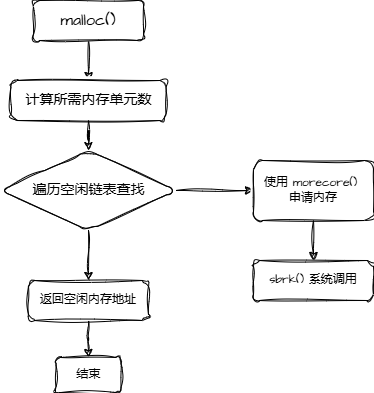
Earlier version of the draw.io export pic/malloc-flow.drawio.png (DUTRB/XV6-NewLab). Source tidied: cells renumbered, new cells last; positions are measured from the earlier drawing's top-left corner, leaving out a move shared by most shapes. Source of this version:
```xml
<mxGraphModel>
  <root>
    <mxCell id="0" />
    <mxCell id="1" parent="0" />
    <mxCell id="2" style="edgeStyle=orthogonalEdgeStyle;rounded=0;sketch=1;hachureGap=4;jiggle=2;curveFitting=1;jettySize=auto;html=1;fontFamily=Architects Daughter;fontSource=https%3A%2F%2Ffonts.googleapis.com%2Fcss%3Ffamily%3DArchitects%2BDaughter;" parent="1" edge="1" source="3" target="5">
      <mxGeometry relative="1" as="geometry" />
    </mxCell>
    <mxCell id="3" value="&lt;font style=&quot;font-size: 16px;&quot;&gt;malloc()&lt;/font&gt;" style="rounded=1;whiteSpace=wrap;html=1;sketch=1;hachureGap=4;jiggle=2;curveFitting=1;fontFamily=Architects Daughter;fontSource=https%3A%2F%2Ffonts.googleapis.com%2Fcss%3Ffamily%3DArchitects%2BDaughter;" parent="1" vertex="1">
      <mxGeometry x="32" width="110" height="40" as="geometry" />
    </mxCell>
    <mxCell id="4" style="edgeStyle=orthogonalEdgeStyle;rounded=0;sketch=1;hachureGap=4;jiggle=2;curveFitting=1;jettySize=auto;html=1;fontFamily=Architects Daughter;fontSource=https%3A%2F%2Ffonts.googleapis.com%2Fcss%3Ffamily%3DArchitects%2BDaughter;fontSize=12;fontColor=default;" parent="1" edge="1" source="5" target="8">
      <mxGeometry relative="1" as="geometry" />
    </mxCell>
    <mxCell id="5" value="&lt;font style=&quot;font-size: 14px;&quot;&gt;计算所需内存单元数&lt;/font&gt;" style="whiteSpace=wrap;html=1;fontFamily=Architects Daughter;rounded=1;sketch=1;hachureGap=4;jiggle=2;curveFitting=1;fontSource=https%3A%2F%2Ffonts.googleapis.com%2Fcss%3Ffamily%3DArchitects%2BDaughter;" parent="1" vertex="1">
      <mxGeometry x="9.5" y="80" width="155" height="40" as="geometry" />
    </mxCell>
    <mxCell id="6" style="edgeStyle=orthogonalEdgeStyle;rounded=0;sketch=1;hachureGap=4;jiggle=2;curveFitting=1;jettySize=auto;html=1;fontFamily=Architects Daughter;fontSource=https%3A%2F%2Ffonts.googleapis.com%2Fcss%3Ffamily%3DArchitects%2BDaughter;fontSize=12;fontColor=default;" parent="1" edge="1" source="8" target="10">
      <mxGeometry relative="1" as="geometry" />
    </mxCell>
    <mxCell id="7" style="edgeStyle=orthogonalEdgeStyle;rounded=0;sketch=1;hachureGap=4;jiggle=2;curveFitting=1;jettySize=auto;html=1;fontFamily=Architects Daughter;fontSource=https%3A%2F%2Ffonts.googleapis.com%2Fcss%3Ffamily%3DArchitects%2BDaughter;fontSize=12;fontColor=default;" parent="1" edge="1" source="8" target="12">
      <mxGeometry relative="1" as="geometry" />
    </mxCell>
    <mxCell id="8" value="&lt;span style=&quot;font-size: 14px;&quot;&gt;遍历空闲链表查找&lt;/span&gt;" style="rhombus;whiteSpace=wrap;html=1;fontFamily=Architects Daughter;rounded=1;sketch=1;hachureGap=4;jiggle=2;curveFitting=1;fontSource=https%3A%2F%2Ffonts.googleapis.com%2Fcss%3Ffamily%3DArchitects%2BDaughter;" parent="1" vertex="1">
      <mxGeometry x="-0.5" y="150" width="175" height="80" as="geometry" />
    </mxCell>
    <mxCell id="9" style="edgeStyle=orthogonalEdgeStyle;rounded=0;sketch=1;hachureGap=4;jiggle=2;curveFitting=1;jettySize=auto;html=1;fontFamily=Architects Daughter;fontSource=https%3A%2F%2Ffonts.googleapis.com%2Fcss%3Ffamily%3DArchitects%2BDaughter;fontSize=12;fontColor=default;" parent="1" edge="1" source="10" target="14">
      <mxGeometry relative="1" as="geometry" />
    </mxCell>
    <mxCell id="10" value="返回空闲内存地址" style="whiteSpace=wrap;html=1;fontFamily=Architects Daughter;rounded=1;sketch=1;hachureGap=4;jiggle=2;curveFitting=1;fontSource=https%3A%2F%2Ffonts.googleapis.com%2Fcss%3Ffamily%3DArchitects%2BDaughter;" parent="1" vertex="1">
      <mxGeometry x="27" y="280" width="120" height="40" as="geometry" />
    </mxCell>
    <mxCell id="11" style="edgeStyle=orthogonalEdgeStyle;rounded=0;sketch=1;hachureGap=4;jiggle=2;curveFitting=1;jettySize=auto;html=1;fontFamily=Architects Daughter;fontSource=https%3A%2F%2Ffonts.googleapis.com%2Fcss%3Ffamily%3DArchitects%2BDaughter;fontSize=12;fontColor=default;" parent="1" edge="1" source="12" target="13">
      <mxGeometry relative="1" as="geometry" />
    </mxCell>
    <mxCell id="12" value="使用 morecore()&amp;nbsp;&lt;div&gt;申请内存&lt;/div&gt;" style="whiteSpace=wrap;html=1;fontFamily=Architects Daughter;rounded=1;sketch=1;hachureGap=4;jiggle=2;curveFitting=1;fontSource=https%3A%2F%2Ffonts.googleapis.com%2Fcss%3Ffamily%3DArchitects%2BDaughter;" parent="1" vertex="1">
      <mxGeometry x="252" y="160" width="120" height="60" as="geometry" />
    </mxCell>
    <mxCell id="13" value="sbrk() 系统调用" style="whiteSpace=wrap;html=1;fontFamily=Architects Daughter;rounded=1;sketch=1;hachureGap=4;jiggle=2;curveFitting=1;fontSource=https%3A%2F%2Ffonts.googleapis.com%2Fcss%3Ffamily%3DArchitects%2BDaughter;" parent="1" vertex="1">
      <mxGeometry x="252" y="260" width="120" height="40" as="geometry" />
    </mxCell>
    <mxCell id="14" value="结束" style="whiteSpace=wrap;html=1;fontFamily=Architects Daughter;rounded=1;sketch=1;hachureGap=4;jiggle=2;curveFitting=1;fontSource=https%3A%2F%2Ffonts.googleapis.com%2Fcss%3Ffamily%3DArchitects%2BDaughter;" parent="1" vertex="1">
      <mxGeometry x="54.5" y="357" width="65" height="35" as="geometry" />
    </mxCell>
  </root>
</mxGraphModel>
```
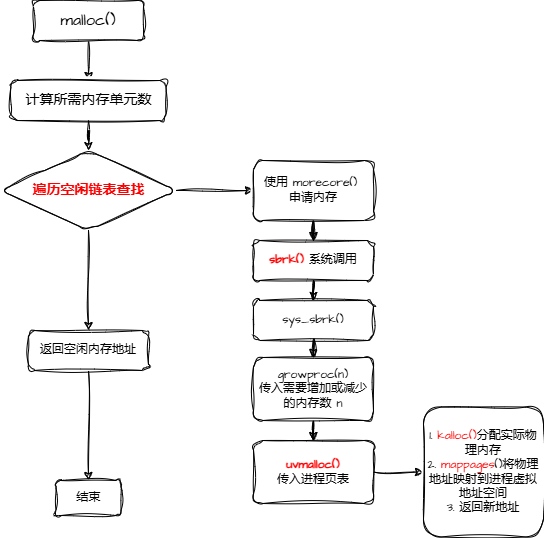
Later version of the same file.

The edit, as a diff of the source:
```diff
@@ -20,14 +20,14 @@
     <mxCell id="7" style="edgeStyle=orthogonalEdgeStyle;rounded=0;sketch=1;hachureGap=4;jiggle=2;curveFitting=1;jettySize=auto;html=1;fontFamily=Architects Daughter;fontSource=https%3A%2F%2Ffonts.googleapis.com%2Fcss%3Ffamily%3DArchitects%2BDaughter;fontSize=12;fontColor=default;" parent="1" edge="1" source="8" target="12">
       <mxGeometry relative="1" as="geometry" />
     </mxCell>
-    <mxCell id="8" value="&lt;span style=&quot;font-size: 14px;&quot;&gt;遍历空闲链表查找&lt;/span&gt;" style="rhombus;whiteSpace=wrap;html=1;fontFamily=Architects Daughter;rounded=1;sketch=1;hachureGap=4;jiggle=2;curveFitting=1;fontSource=https%3A%2F%2Ffonts.googleapis.com%2Fcss%3Ffamily%3DArchitects%2BDaughter;" parent="1" vertex="1">
+    <mxCell id="8" value="&lt;span style=&quot;font-size: 14px;&quot;&gt;&lt;b&gt;&lt;font color=&quot;#ff0000&quot;&gt;遍历空闲链表查找&lt;/font&gt;&lt;/b&gt;&lt;/span&gt;" style="rhombus;whiteSpace=wrap;html=1;fontFamily=Architects Daughter;rounded=1;sketch=1;hachureGap=4;jiggle=2;curveFitting=1;fontSource=https%3A%2F%2Ffonts.googleapis.com%2Fcss%3Ffamily%3DArchitects%2BDaughter;" parent="1" vertex="1">
       <mxGeometry x="-0.5" y="150" width="175" height="80" as="geometry" />
     </mxCell>
     <mxCell id="9" style="edgeStyle=orthogonalEdgeStyle;rounded=0;sketch=1;hachureGap=4;jiggle=2;curveFitting=1;jettySize=auto;html=1;fontFamily=Architects Daughter;fontSource=https%3A%2F%2Ffonts.googleapis.com%2Fcss%3Ffamily%3DArchitects%2BDaughter;fontSize=12;fontColor=default;" parent="1" edge="1" source="10" target="14">
       <mxGeometry relative="1" as="geometry" />
     </mxCell>
     <mxCell id="10" value="返回空闲内存地址" style="whiteSpace=wrap;html=1;fontFamily=Architects Daughter;rounded=1;sketch=1;hachureGap=4;jiggle=2;curveFitting=1;fontSource=https%3A%2F%2Ffonts.googleapis.com%2Fcss%3Ffamily%3DArchitects%2BDaughter;" parent="1" vertex="1">
-      <mxGeometry x="27" y="280" width="120" height="40" as="geometry" />
+      <mxGeometry x="27" y="330" width="120" height="40" as="geometry" />
     </mxCell>
     <mxCell id="11" style="edgeStyle=orthogonalEdgeStyle;rounded=0;sketch=1;hachureGap=4;jiggle=2;curveFitting=1;jettySize=auto;html=1;fontFamily=Architects Daughter;fontSource=https%3A%2F%2Ffonts.googleapis.com%2Fcss%3Ffamily%3DArchitects%2BDaughter;fontSize=12;fontColor=default;" parent="1" edge="1" source="12" target="13">
       <mxGeometry relative="1" as="geometry" />
@@ -35,11 +35,35 @@
     <mxCell id="12" value="使用 morecore()&amp;nbsp;&lt;div&gt;申请内存&lt;/div&gt;" style="whiteSpace=wrap;html=1;fontFamily=Architects Daughter;rounded=1;sketch=1;hachureGap=4;jiggle=2;curveFitting=1;fontSource=https%3A%2F%2Ffonts.googleapis.com%2Fcss%3Ffamily%3DArchitects%2BDaughter;" parent="1" vertex="1">
       <mxGeometry x="252" y="160" width="120" height="60" as="geometry" />
     </mxCell>
+    <mxCell id="15" style="edgeStyle=orthogonalEdgeStyle;rounded=0;sketch=1;hachureGap=4;jiggle=2;curveFitting=1;jettySize=auto;html=1;fontFamily=Architects Daughter;fontSource=https%3A%2F%2Ffonts.googleapis.com%2Fcss%3Ffamily%3DArchitects%2BDaughter;fontSize=12;fontColor=default;" parent="1" edge="1" source="13" target="17">
+      <mxGeometry relative="1" as="geometry" />
+    </mxCell>
-    <mxCell id="13" value="sbrk() 系统调用" style="whiteSpace=wrap;html=1;fontFamily=Architects Daughter;rounded=1;sketch=1;hachureGap=4;jiggle=2;curveFitting=1;fontSource=https%3A%2F%2Ffonts.googleapis.com%2Fcss%3Ffamily%3DArchitects%2BDaughter;" parent="1" vertex="1">
-      <mxGeometry x="252" y="260" width="120" height="40" as="geometry" />
+    <mxCell id="13" value="&lt;b&gt;&lt;font color=&quot;#ff0000&quot;&gt;sbrk()&lt;/font&gt;&lt;/b&gt; 系统调用" style="whiteSpace=wrap;html=1;fontFamily=Architects Daughter;rounded=1;sketch=1;hachureGap=4;jiggle=2;curveFitting=1;fontSource=https%3A%2F%2Ffonts.googleapis.com%2Fcss%3Ffamily%3DArchitects%2BDaughter;" parent="1" vertex="1">
+      <mxGeometry x="252" y="240" width="120" height="40" as="geometry" />
     </mxCell>
     <mxCell id="14" value="结束" style="whiteSpace=wrap;html=1;fontFamily=Architects Daughter;rounded=1;sketch=1;hachureGap=4;jiggle=2;curveFitting=1;fontSource=https%3A%2F%2Ffonts.googleapis.com%2Fcss%3Ffamily%3DArchitects%2BDaughter;" parent="1" vertex="1">
-      <mxGeometry x="54.5" y="357" width="65" height="35" as="geometry" />
+      <mxGeometry x="54.5" y="480" width="65" height="35" as="geometry" />
     </mxCell>
+    <mxCell id="16" style="edgeStyle=orthogonalEdgeStyle;rounded=0;sketch=1;hachureGap=4;jiggle=2;curveFitting=1;jettySize=auto;html=1;fontFamily=Architects Daughter;fontSource=https%3A%2F%2Ffonts.googleapis.com%2Fcss%3Ffamily%3DArchitects%2BDaughter;fontSize=12;fontColor=default;" parent="1" edge="1" source="17" target="19">
+      <mxGeometry relative="1" as="geometry" />
+    </mxCell>
+    <mxCell id="17" value="sys_sbrk()" style="whiteSpace=wrap;html=1;fontFamily=Architects Daughter;rounded=1;sketch=1;hachureGap=4;jiggle=2;curveFitting=1;fontSource=https%3A%2F%2Ffonts.googleapis.com%2Fcss%3Ffamily%3DArchitects%2BDaughter;" parent="1" vertex="1">
+      <mxGeometry x="252" y="300" width="120" height="40" as="geometry" />
+    </mxCell>
+    <mxCell id="18" style="edgeStyle=orthogonalEdgeStyle;rounded=0;sketch=1;hachureGap=4;jiggle=2;curveFitting=1;jettySize=auto;html=1;fontFamily=Architects Daughter;fontSource=https%3A%2F%2Ffonts.googleapis.com%2Fcss%3Ffamily%3DArchitects%2BDaughter;fontSize=12;fontColor=default;" parent="1" edge="1" source="19" target="21">
+      <mxGeometry relative="1" as="geometry" />
+    </mxCell>
+    <mxCell id="19" value="growproc(n)&lt;div&gt;传入需要增加或减少的内存数 n&lt;/div&gt;" style="whiteSpace=wrap;html=1;fontFamily=Architects Daughter;rounded=1;sketch=1;hachureGap=4;jiggle=2;curveFitting=1;fontSource=https%3A%2F%2Ffonts.googleapis.com%2Fcss%3Ffamily%3DArchitects%2BDaughter;" parent="1" vertex="1">
+      <mxGeometry x="252" y="357" width="120" height="63" as="geometry" />
+    </mxCell>
+    <mxCell id="20" style="edgeStyle=orthogonalEdgeStyle;rounded=0;sketch=1;hachureGap=4;jiggle=2;curveFitting=1;jettySize=auto;html=1;fontFamily=Architects Daughter;fontSource=https%3A%2F%2Ffonts.googleapis.com%2Fcss%3Ffamily%3DArchitects%2BDaughter;fontSize=12;fontColor=default;" parent="1" edge="1" source="21" target="22">
+      <mxGeometry relative="1" as="geometry" />
+    </mxCell>
+    <mxCell id="21" value="&lt;b&gt;&lt;font color=&quot;#ff0000&quot;&gt;uvmalloc()&lt;/font&gt;&lt;/b&gt;&lt;div&gt;传入进程页表&lt;/div&gt;" style="whiteSpace=wrap;html=1;fontFamily=Architects Daughter;rounded=1;sketch=1;hachureGap=4;jiggle=2;curveFitting=1;fontSource=https%3A%2F%2Ffonts.googleapis.com%2Fcss%3Ffamily%3DArchitects%2BDaughter;" parent="1" vertex="1">
+      <mxGeometry x="252" y="440" width="120" height="63" as="geometry" />
+    </mxCell>
+    <mxCell id="22" value="1. &lt;font color=&quot;#ff0000&quot;&gt;kalloc()&lt;/font&gt;分配实际物理内存&lt;div&gt;2. &lt;font color=&quot;#ff0000&quot;&gt;mappages&lt;/font&gt;()将物理地址映射到进程虚拟地址空间&lt;/div&gt;&lt;div&gt;3. 返回新地址&lt;/div&gt;" style="whiteSpace=wrap;html=1;fontFamily=Architects Daughter;rounded=1;sketch=1;hachureGap=4;jiggle=2;curveFitting=1;fontSource=https%3A%2F%2Ffonts.googleapis.com%2Fcss%3Ffamily%3DArchitects%2BDaughter;" parent="1" vertex="1">
+      <mxGeometry x="422" y="406.5" width="120" height="130" as="geometry" />
+    </mxCell>
   </root>
 </mxGraphModel>
```
